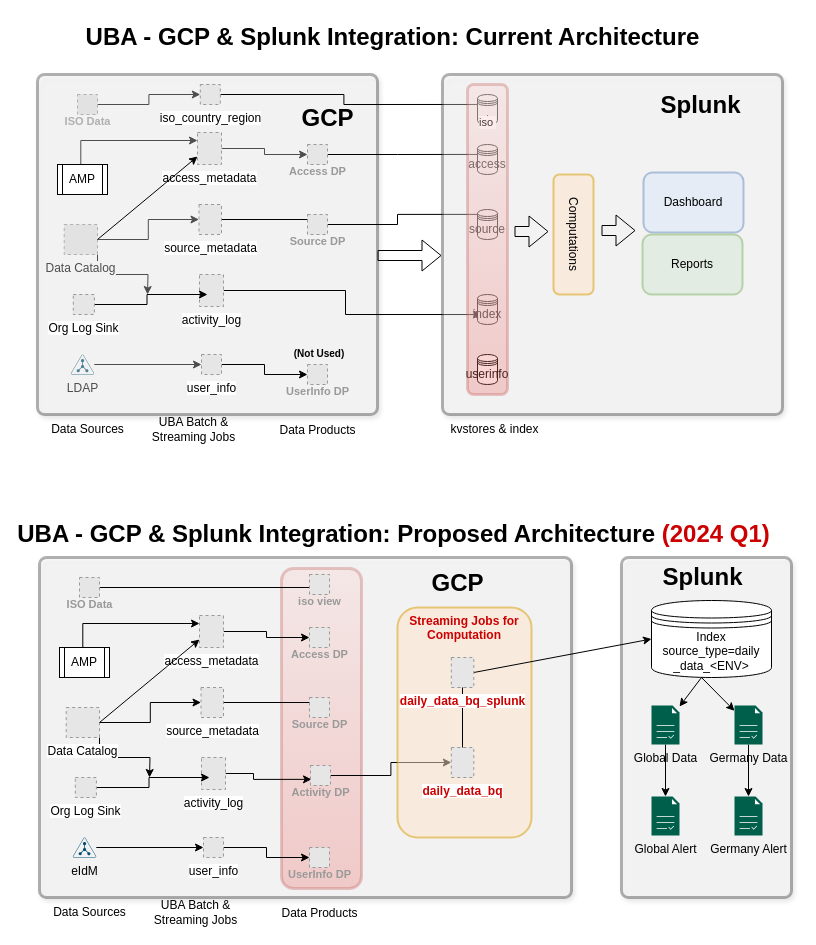
Before: splunk_perf_design_V20240125b.drawio in zikzakjack/draw.io, a draw.io diagram. Source tidied: cells renumbered, new cells numbered last; positions are measured from the earlier drawing's top-left corner, leaving out a move shared by most shapes. Both pictures are drawn from the tidied source at 100%, with x=0, y=0 at pixel (35, 17). Pictures stored in the file or linked from it are replaced by grey dashed boxes.
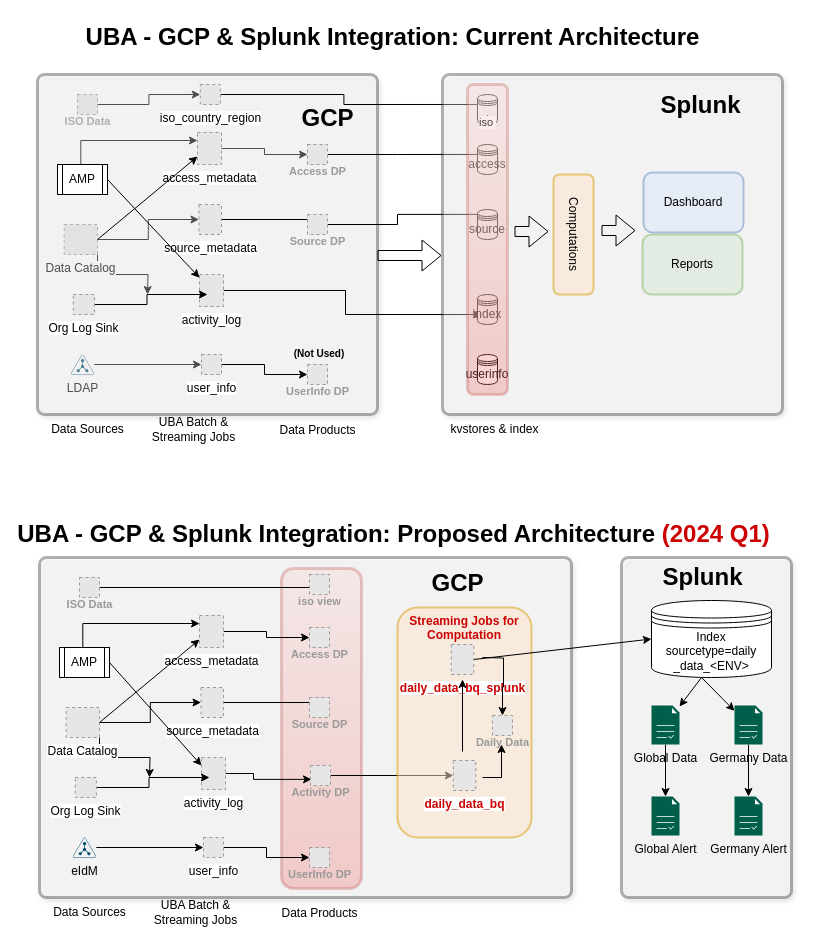
After the change.

Unchanged cells that the change refers to:
```xml
<mxCell id="18" value="activity_log" style="fillColor=#E6E6E6;strokeColor=#999999;dashed=1;html=1;verticalLabelPosition=bottom;labelBackgroundColor=#ffffff;verticalAlign=top;" parent="1" vertex="1">
  <mxGeometry x="164" y="257" width="24" height="32" as="geometry" />
</mxCell>
<mxCell id="31" value="AMP" style="shape=process;whiteSpace=wrap;html=1;backgroundOutline=1;" parent="1" vertex="1">
  <mxGeometry x="22" y="147" width="50" height="30" as="geometry" />
</mxCell>
<mxCell id="65" value="activity_log" style="fillColor=#E6E6E6;strokeColor=#999999;dashed=1;html=1;verticalLabelPosition=bottom;labelBackgroundColor=#ffffff;verticalAlign=top;" parent="1" vertex="1">
  <mxGeometry x="166" y="740" width="24" height="32" as="geometry" />
</mxCell>
<mxCell id="75" value="AMP" style="shape=process;whiteSpace=wrap;html=1;backgroundOutline=1;" parent="1" vertex="1">
  <mxGeometry x="24" y="630" width="50" height="30" as="geometry" />
</mxCell>
```

Change to the diagram source:
```diff
@@
-    <mxCell id="87" value="Index source_type=daily _data_&amp;lt;ENV&amp;gt;" style="shape=datastore;whiteSpace=wrap;html=1;" parent="1" vertex="1">
+    <mxCell id="87" value="Index sourcetype=daily _data_&amp;lt;ENV&amp;gt;" style="shape=datastore;whiteSpace=wrap;html=1;" parent="1" vertex="1">
       <mxGeometry x="616" y="583" width="120" height="77" as="geometry" />
     </mxCell>
@@
+    <mxCell id="99" value="&lt;font color=&quot;#cc0000&quot;&gt;&lt;b&gt;daily_data_bq_splunk&lt;/b&gt;&lt;/font&gt;" style="fillColor=#E6E6E6;strokeColor=#999999;dashed=1;html=1;verticalLabelPosition=bottom;labelBackgroundColor=#ffffff;verticalAlign=top;" parent="1" vertex="1">
+      <mxGeometry x="415.8" y="627" width="22.5" height="30" as="geometry" />
+    </mxCell>
+    <mxCell id="98" value="&lt;font color=&quot;#cc0000&quot;&gt;&lt;b&gt;daily_data_bq&lt;/b&gt;&lt;/font&gt;" style="fillColor=#E6E6E6;strokeColor=#999999;dashed=1;html=1;verticalLabelPosition=bottom;labelBackgroundColor=#ffffff;verticalAlign=top;" parent="1" vertex="1">
+      <mxGeometry x="417.8" y="743" width="22.5" height="30" as="geometry" />
+    </mxCell>
+    <mxCell id="100" style="endArrow=classic;html=1;rounded=0;exitX=1;exitY=0.5;exitDx=0;exitDy=0;" parent="1" edge="1" source="31" target="18">
+      <mxGeometry relative="1" as="geometry" />
+    </mxCell>
+    <mxCell id="101" style="endArrow=classic;html=1;rounded=0;exitX=1;exitY=0.5;exitDx=0;exitDy=0;entryX=0;entryY=0.25;entryDx=0;entryDy=0;" parent="1" edge="1" source="75" target="65">
+      <mxGeometry relative="1" as="geometry" />
+    </mxCell>
+    <mxCell id="102" value="Daily Data" style="fillColor=#E6E6E6;strokeColor=#999999;dashed=1;html=1;verticalAlign=top;labelPosition=center;verticalLabelPosition=bottom;align=center;spacingTop=-6;fontSize=11;fontStyle=1;fontColor=#999999;" parent="1" vertex="1">
+      <mxGeometry x="457" y="698" width="20" height="20" as="geometry" />
+    </mxCell>
+    <mxCell id="103" style="edgeStyle=orthogonalEdgeStyle;rounded=0;orthogonalLoop=1;jettySize=auto;html=1;exitX=1;exitY=0.75;exitDx=0;exitDy=0;" parent="1" edge="1">
+      <mxGeometry relative="1" as="geometry">
+        <mxPoint x="447" y="760" as="sourcePoint" />
+        <mxPoint x="466" y="727" as="targetPoint" />
+      </mxGeometry>
+    </mxCell>
+    <mxCell id="104" style="edgeStyle=orthogonalEdgeStyle;rounded=0;jettySize=auto;html=1;entryX=0.5;entryY=0;entryDx=0;entryDy=0;" parent="1" edge="1" target="102">
+      <mxGeometry relative="1" as="geometry">
+        <mxPoint x="447" y="640" as="sourcePoint" />
+      </mxGeometry>
+    </mxCell>
@@
-    <mxCell id="98" value="&lt;font color=&quot;#cc0000&quot;&gt;&lt;b&gt;daily_data_bq&lt;/b&gt;&lt;/font&gt;" style="fillColor=#E6E6E6;strokeColor=#999999;dashed=1;html=1;verticalLabelPosition=bottom;labelBackgroundColor=#ffffff;verticalAlign=top;" parent="1" vertex="1">
-      <mxGeometry x="415.8" y="730" width="22.5" height="30" as="geometry" />
-    </mxCell>
-    <mxCell id="99" value="&lt;font color=&quot;#cc0000&quot;&gt;&lt;b&gt;daily_data_bq_splunk&lt;/b&gt;&lt;/font&gt;" style="fillColor=#E6E6E6;strokeColor=#999999;dashed=1;html=1;verticalLabelPosition=bottom;labelBackgroundColor=#ffffff;verticalAlign=top;" parent="1" vertex="1">
-      <mxGeometry x="415.8" y="640" width="22.5" height="30" as="geometry" />
-    </mxCell>
```
